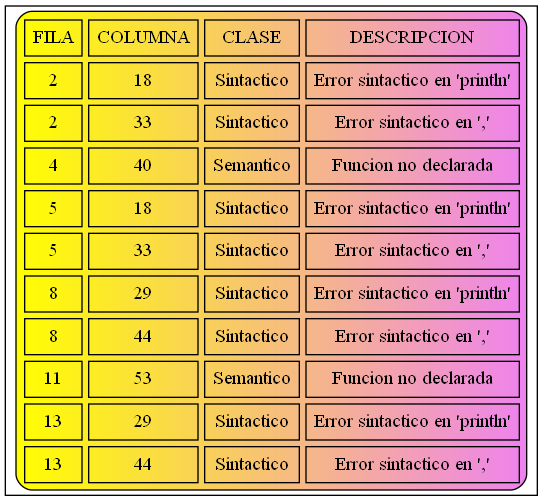
Earlier version of the Graphviz export Errores.png (JoseMore99/OLC2_P1_201701015). Its source is kept beside it as Errores.dot.
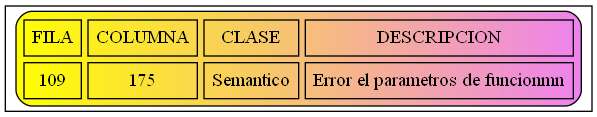
The same diagram one commit later.

What changed in the source:
```diff
@@ -2,15 +2,6 @@
 node [shape=record];
 a0 [label=<<TABLE border="1" cellspacing="5" cellpadding="5" style="rounded" bgcolor="yellow:violet">
 "<TR><TD>FILA</TD><TD>COLUMNA</TD><TD>CLASE</TD><TD>DESCRIPCION</TD></TR>
-<TR><TD>2</TD><TD>18</TD><TD>Sintactico</TD><TD>Error sintactico en 'println'</TD></TR>
-<TR><TD>2</TD><TD>33</TD><TD>Sintactico</TD><TD>Error sintactico en ','</TD></TR>
-<TR><TD>4</TD><TD>40</TD><TD>Semantico</TD><TD>Funcion no declarada</TD></TR>
-<TR><TD>5</TD><TD>18</TD><TD>Sintactico</TD><TD>Error sintactico en 'println'</TD></TR>
-<TR><TD>5</TD><TD>33</TD><TD>Sintactico</TD><TD>Error sintactico en ','</TD></TR>
-<TR><TD>8</TD><TD>29</TD><TD>Sintactico</TD><TD>Error sintactico en 'println'</TD></TR>
-<TR><TD>8</TD><TD>44</TD><TD>Sintactico</TD><TD>Error sintactico en ','</TD></TR>
-<TR><TD>11</TD><TD>53</TD><TD>Semantico</TD><TD>Funcion no declarada</TD></TR>
-<TR><TD>13</TD><TD>29</TD><TD>Sintactico</TD><TD>Error sintactico en 'println'</TD></TR>
-<TR><TD>13</TD><TD>44</TD><TD>Sintactico</TD><TD>Error sintactico en ','</TD></TR>
+<TR><TD>109</TD><TD>175</TD><TD>Semantico</TD><TD>Error el parametros de funcionmn</TD></TR>
 </TABLE>>];
 }
```
